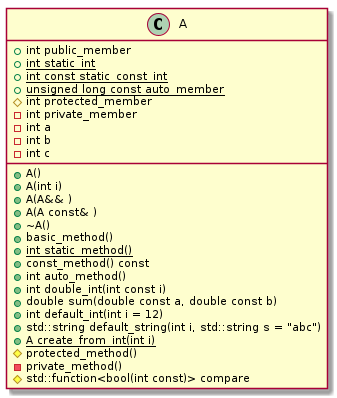
Above: docs/test_cases/t00003_class.png in bkryza/clang-uml (PlantUML), before the change.
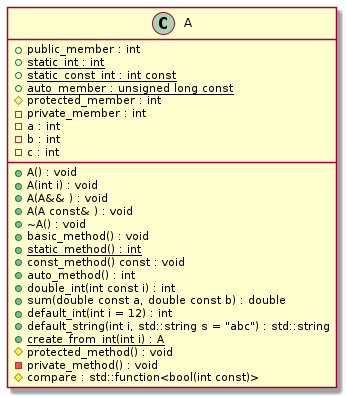
The same file after the commit.

Diff of the diagram source:
```diff
@@ -2,32 +2,32 @@
 class "A" as C_0000000009
 
 class C_0000000009 {
-+A()
-+A(int i)
-+A(A&& )
-+A(A const& )
-+~A()
-+basic_method()
-{static} +int static_method()
-+const_method() const
-+int auto_method()
-+int double_int(int const i)
-+double sum(double const a, double const b)
-+int default_int(int i = 12)
-+std::string default_string(int i, std::string s = "abc")
-{static} +A create_from_int(int i)
-#protected_method()
--private_method()
-+int public_member
-{static} +int static_int
-{static} +int const static_const_int
-{static} +unsigned long const auto_member
-#int protected_member
-#std::function<bool(int const)> compare
--int private_member
--int a
--int b
--int c
++A() : void
++A(int i) : void
++A(A&& ) : void
++A(A const& ) : void
++~A() : void
++basic_method() : void
+{static} +static_method() : int
++const_method() const : void
++auto_method() : int
++double_int(int const i) : int
++sum(double const a, double const b) : double
++default_int(int i = 12) : int
++default_string(int i, std::string s = "abc") : std::string
+{static} +create_from_int(int i) : A
+#protected_method() : void
+-private_method() : void
++public_member : int
+{static} +static_int : int
+{static} +static_const_int : int const
+{static} +auto_member : unsigned long const
+#protected_member : int
+#compare : std::function<bool(int const)>
+-private_member : int
+-a : int
+-b : int
+-c : int
 }
 
 @enduml
```
